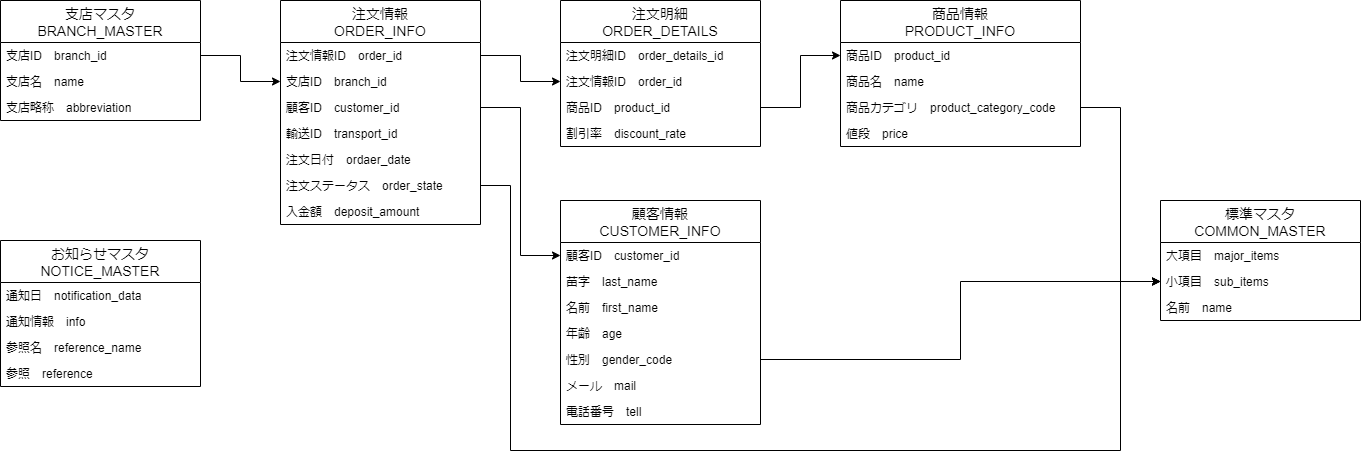
Before: SalesDataDisplay/Document/SalesDataDisplay.png, a diagram exported from draw.io (HasegawaTakatune/PHPSandbox). Source tidied: cells renumbered, new cells last; positions are measured from the earlier drawing's top-left corner, leaving out a move shared by most shapes.
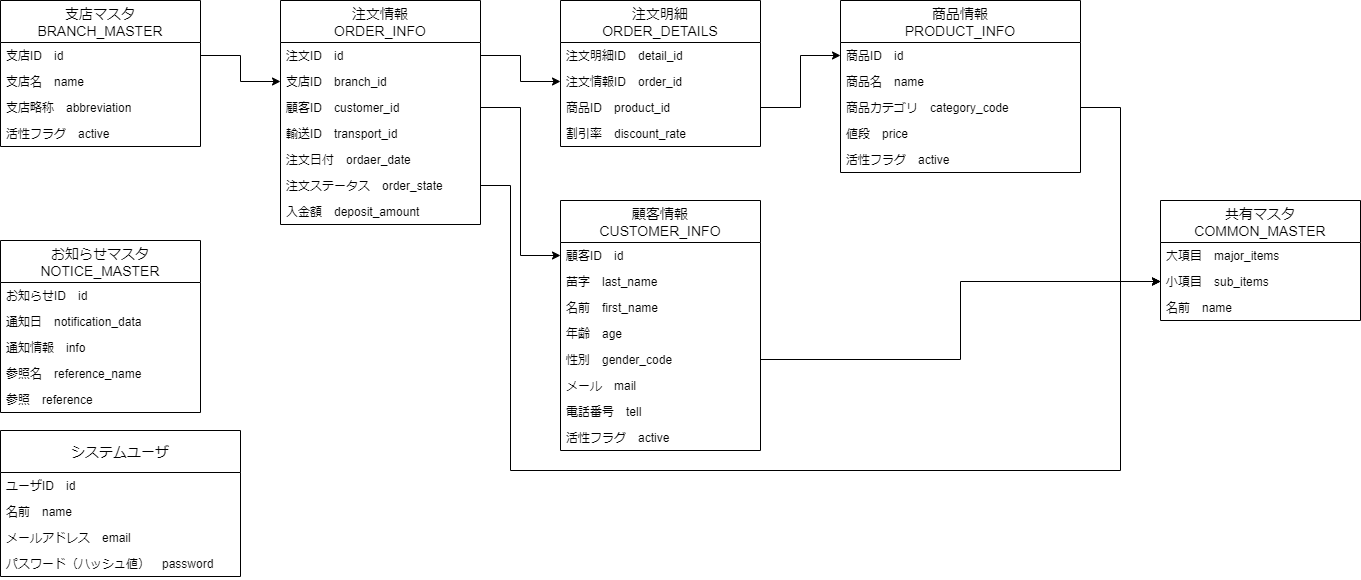
Later version of the same file.

Change to the diagram source:
```diff
@@ -3,23 +3,26 @@
     <mxCell id="0" />
     <mxCell id="1" parent="0" />
     <mxCell id="2" value="支店マスタ&#10;BRANCH_MASTER" style="swimlane;fontStyle=0;horizontal=1;startSize=42;align=center;fontSize=14;" parent="1" vertex="1">
-      <mxGeometry width="200" height="120" as="geometry" />
+      <mxGeometry width="200" height="146" as="geometry" />
     </mxCell>
-    <mxCell id="3" value="支店ID　branch_id" style="text;strokeColor=none;fillColor=none;spacingLeft=4;spacingRight=4;overflow=hidden;points=[[0,0.5],[1,0.5]];portConstraint=eastwest;fontSize=12;" parent="2" vertex="1">
-      <mxGeometry y="42" width="200" height="26" as="geometry" />
-    </mxCell>
+    <mxCell id="48" value="支店ID　id" style="text;strokeColor=none;fillColor=none;spacingLeft=4;spacingRight=4;overflow=hidden;points=[[0,0.5],[1,0.5]];portConstraint=eastwest;fontSize=12;" parent="2" vertex="1">
+      <mxGeometry y="42" width="200" height="26" as="geometry" />
+    </mxCell>
     <mxCell id="4" value="支店名　name" style="text;strokeColor=none;fillColor=none;spacingLeft=4;spacingRight=4;overflow=hidden;fontSize=12;" parent="2" vertex="1">
       <mxGeometry y="68" width="200" height="26" as="geometry" />
     </mxCell>
     <mxCell id="5" value="支店略称　abbreviation" style="text;strokeColor=none;fillColor=none;spacingLeft=4;spacingRight=4;overflow=hidden;fontSize=12;" parent="2" vertex="1">
       <mxGeometry y="94" width="200" height="26" as="geometry" />
     </mxCell>
+    <mxCell id="49" value="活性フラグ　active" style="text;strokeColor=none;fillColor=none;spacingLeft=4;spacingRight=4;overflow=hidden;fontSize=12;" parent="2" vertex="1">
+      <mxGeometry y="120" width="200" height="26" as="geometry" />
+    </mxCell>
     <mxCell id="6" value="注文明細&#10;ORDER_DETAILS" style="swimlane;fontStyle=0;horizontal=1;startSize=42;align=center;fontSize=14;" parent="1" vertex="1">
       <mxGeometry x="560" width="200" height="146" as="geometry" />
     </mxCell>
-    <mxCell id="7" value="注文明細ID　order_details_id" style="text;strokeColor=none;fillColor=none;spacingLeft=4;spacingRight=4;overflow=hidden;fontSize=12;" parent="6" vertex="1">
-      <mxGeometry y="42" width="200" height="26" as="geometry" />
-    </mxCell>
+    <mxCell id="50" value="注文明細ID　detail_id" style="text;strokeColor=none;fillColor=none;spacingLeft=4;spacingRight=4;overflow=hidden;fontSize=12;" parent="6" vertex="1">
+      <mxGeometry y="42" width="200" height="26" as="geometry" />
+    </mxCell>
     <mxCell id="8" value="注文情報ID　order_id" style="text;strokeColor=none;fillColor=none;spacingLeft=4;spacingRight=4;overflow=hidden;points=[[0,0.5],[1,0.5]];portConstraint=eastwest;fontSize=12;" parent="6" vertex="1">
       <mxGeometry y="68" width="200" height="26" as="geometry" />
     </mxCell>
@@ -32,9 +35,9 @@
     <mxCell id="11" value="注文情報&#10;ORDER_INFO" style="swimlane;fontStyle=0;horizontal=1;startSize=42;align=center;fontSize=14;" parent="1" vertex="1">
       <mxGeometry x="280" width="200" height="224" as="geometry" />
     </mxCell>
-    <mxCell id="12" value="注文情報ID　order_id" style="text;strokeColor=none;fillColor=none;spacingLeft=4;spacingRight=4;overflow=hidden;points=[[0,0.5],[1,0.5]];portConstraint=eastwest;fontSize=12;" parent="11" vertex="1">
-      <mxGeometry y="42" width="200" height="26" as="geometry" />
-    </mxCell>
+    <mxCell id="51" value="注文ID　id" style="text;strokeColor=none;fillColor=none;spacingLeft=4;spacingRight=4;overflow=hidden;points=[[0,0.5],[1,0.5]];portConstraint=eastwest;fontSize=12;" parent="11" vertex="1">
+      <mxGeometry y="42" width="200" height="26" as="geometry" />
+    </mxCell>
     <mxCell id="13" value="支店ID　branch_id" style="text;strokeColor=none;fillColor=none;spacingLeft=4;spacingRight=4;overflow=hidden;points=[[0,0.5],[1,0.5]];portConstraint=eastwest;fontSize=12;" parent="11" vertex="1">
       <mxGeometry y="68" width="200" height="26" as="geometry" />
     </mxCell>
@@ -53,21 +56,21 @@
     <mxCell id="18" value="入金額　deposit_amount" style="text;strokeColor=none;fillColor=none;spacingLeft=4;spacingRight=4;overflow=hidden;fontSize=12;" parent="11" vertex="1">
       <mxGeometry y="198" width="200" height="26" as="geometry" />
     </mxCell>
-    <mxCell id="19" style="edgeStyle=orthogonalEdgeStyle;rounded=0;jettySize=auto;html=1;exitX=1;exitY=0.5;exitDx=0;exitDy=0;" parent="1" edge="1" source="3" target="13">
-      <mxGeometry relative="1" as="geometry" />
-    </mxCell>
-    <mxCell id="20" style="edgeStyle=orthogonalEdgeStyle;rounded=0;jettySize=auto;html=1;exitX=1;exitY=0.5;exitDx=0;exitDy=0;" parent="1" edge="1" source="12" target="8">
-      <mxGeometry relative="1" as="geometry" />
-    </mxCell>
-    <mxCell id="21" style="edgeStyle=orthogonalEdgeStyle;rounded=0;jettySize=auto;html=1;exitX=1;exitY=0.5;exitDx=0;exitDy=0;entryX=0;entryY=0.5;entryDx=0;entryDy=0;" parent="1" edge="1" source="9" target="31">
-      <mxGeometry relative="1" as="geometry" />
-    </mxCell>
+    <mxCell id="52" style="edgeStyle=orthogonalEdgeStyle;rounded=0;jettySize=auto;html=1;exitX=1;exitY=0.5;exitDx=0;exitDy=0;" parent="1" edge="1" source="48" target="13">
+      <mxGeometry relative="1" as="geometry" />
+    </mxCell>
+    <mxCell id="53" style="edgeStyle=orthogonalEdgeStyle;rounded=0;jettySize=auto;html=1;exitX=1;exitY=0.5;exitDx=0;exitDy=0;" parent="1" edge="1" source="51" target="8">
+      <mxGeometry relative="1" as="geometry" />
+    </mxCell>
+    <mxCell id="54" style="edgeStyle=orthogonalEdgeStyle;rounded=0;jettySize=auto;html=1;exitX=1;exitY=0.5;exitDx=0;exitDy=0;entryX=0;entryY=0.5;entryDx=0;entryDy=0;" parent="1" edge="1" source="9" target="57">
+      <mxGeometry relative="1" as="geometry" />
+    </mxCell>
     <mxCell id="22" value="顧客情報&#10;CUSTOMER_INFO" style="swimlane;fontStyle=0;horizontal=1;startSize=42;align=center;fontSize=14;" parent="1" vertex="1">
-      <mxGeometry x="560" y="200" width="200" height="224" as="geometry" />
+      <mxGeometry x="560" y="200" width="200" height="250" as="geometry" />
     </mxCell>
-    <mxCell id="23" value="顧客ID　customer_id" style="text;strokeColor=none;fillColor=none;spacingLeft=4;spacingRight=4;overflow=hidden;points=[[0,0.5],[1,0.5]];portConstraint=eastwest;fontSize=12;" parent="22" vertex="1">
-      <mxGeometry y="42" width="200" height="26" as="geometry" />
-    </mxCell>
+    <mxCell id="55" value="顧客ID　id" style="text;strokeColor=none;fillColor=none;spacingLeft=4;spacingRight=4;overflow=hidden;points=[[0,0.5],[1,0.5]];portConstraint=eastwest;fontSize=12;" parent="22" vertex="1">
+      <mxGeometry y="42" width="200" height="26" as="geometry" />
+    </mxCell>
     <mxCell id="24" value="苗字　last_name&#10;" style="text;strokeColor=none;fillColor=none;spacingLeft=4;spacingRight=4;overflow=hidden;fontSize=12;" parent="22" vertex="1">
       <mxGeometry y="68" width="200" height="26" as="geometry" />
     </mxCell>
@@ -86,66 +89,90 @@
     <mxCell id="29" value="電話番号　tell" style="text;strokeColor=none;fillColor=none;spacingLeft=4;spacingRight=4;overflow=hidden;fontSize=12;" parent="22" vertex="1">
       <mxGeometry y="198" width="200" height="26" as="geometry" />
     </mxCell>
+    <mxCell id="56" value="活性フラグ　active" style="text;strokeColor=none;fillColor=none;spacingLeft=4;spacingRight=4;overflow=hidden;fontSize=12;" parent="22" vertex="1">
+      <mxGeometry y="224" width="200" height="26" as="geometry" />
+    </mxCell>
     <mxCell id="30" value="商品情報&#10;PRODUCT_INFO" style="swimlane;fontStyle=0;horizontal=1;startSize=42;align=center;fontSize=14;" parent="1" vertex="1">
-      <mxGeometry x="840" width="240" height="146" as="geometry" />
+      <mxGeometry x="840" width="240" height="172" as="geometry" />
     </mxCell>
-    <mxCell id="31" value="商品ID　product_id" style="text;strokeColor=none;fillColor=none;spacingLeft=4;spacingRight=4;overflow=hidden;points=[[0,0.5],[1,0.5]];portConstraint=eastwest;fontSize=12;" parent="30" vertex="1">
-      <mxGeometry y="42" width="240" height="26" as="geometry" />
-    </mxCell>
+    <mxCell id="57" value="商品ID　id" style="text;strokeColor=none;fillColor=none;spacingLeft=4;spacingRight=4;overflow=hidden;points=[[0,0.5],[1,0.5]];portConstraint=eastwest;fontSize=12;" parent="30" vertex="1">
+      <mxGeometry y="42" width="240" height="26" as="geometry" />
+    </mxCell>
     <mxCell id="32" value="商品名　name" style="text;strokeColor=none;fillColor=none;spacingLeft=4;spacingRight=4;overflow=hidden;fontSize=12;" parent="30" vertex="1">
       <mxGeometry y="68" width="240" height="26" as="geometry" />
     </mxCell>
-    <mxCell id="33" value="商品カテゴリ　product_category_code" style="text;strokeColor=none;fillColor=none;spacingLeft=4;spacingRight=4;overflow=hidden;points=[[0,0.5],[1,0.5]];portConstraint=eastwest;fontSize=12;" parent="30" vertex="1">
-      <mxGeometry y="94" width="240" height="26" as="geometry" />
-    </mxCell>
+    <mxCell id="58" value="商品カテゴリ　category_code" style="text;strokeColor=none;fillColor=none;spacingLeft=4;spacingRight=4;overflow=hidden;points=[[0,0.5],[1,0.5]];portConstraint=eastwest;fontSize=12;" parent="30" vertex="1">
+      <mxGeometry y="94" width="240" height="26" as="geometry" />
+    </mxCell>
     <mxCell id="34" value="値段　price" style="text;strokeColor=none;fillColor=none;spacingLeft=4;spacingRight=4;overflow=hidden;fontSize=12;" parent="30" vertex="1">
       <mxGeometry y="120" width="240" height="26" as="geometry" />
     </mxCell>
-    <mxCell id="35" style="edgeStyle=orthogonalEdgeStyle;rounded=0;jettySize=auto;html=1;exitX=1;exitY=0.5;exitDx=0;exitDy=0;entryX=0;entryY=0.5;entryDx=0;entryDy=0;" parent="1" edge="1" source="14" target="23">
-      <mxGeometry relative="1" as="geometry" />
-    </mxCell>
-    <mxCell id="36" value="標準マスタ&#10;COMMON_MASTER" style="swimlane;fontStyle=0;horizontal=1;startSize=42;align=center;fontSize=14;" parent="1" vertex="1">
-      <mxGeometry x="1160" y="200" width="200" height="120" as="geometry" />
-    </mxCell>
+    <mxCell id="59" value="活性フラグ　active" style="text;strokeColor=none;fillColor=none;spacingLeft=4;spacingRight=4;overflow=hidden;fontSize=12;" parent="30" vertex="1">
+      <mxGeometry y="146" width="240" height="26" as="geometry" />
+    </mxCell>
+    <mxCell id="60" style="edgeStyle=orthogonalEdgeStyle;rounded=0;jettySize=auto;html=1;exitX=1;exitY=0.5;exitDx=0;exitDy=0;entryX=0;entryY=0.5;entryDx=0;entryDy=0;" parent="1" edge="1" source="14" target="55">
+      <mxGeometry relative="1" as="geometry" />
+    </mxCell>
+    <mxCell id="61" value="共有マスタ&#10;COMMON_MASTER" style="swimlane;fontStyle=0;horizontal=1;startSize=42;align=center;fontSize=14;" parent="1" vertex="1">
+      <mxGeometry x="1160" y="200" width="200" height="120" as="geometry" />
+    </mxCell>
-    <mxCell id="37" value="大項目　major_items" style="text;strokeColor=none;fillColor=none;spacingLeft=4;spacingRight=4;overflow=hidden;fontSize=12;" parent="36" vertex="1">
+    <mxCell id="37" value="大項目　major_items" style="text;strokeColor=none;fillColor=none;spacingLeft=4;spacingRight=4;overflow=hidden;fontSize=12;" parent="61" vertex="1">
       <mxGeometry y="42" width="200" height="26" as="geometry" />
     </mxCell>
-    <mxCell id="38" value="小項目　sub_items" style="text;strokeColor=none;fillColor=none;spacingLeft=4;spacingRight=4;overflow=hidden;points=[[0,0.5],[1,0.5]];portConstraint=eastwest;fontSize=12;" parent="36" vertex="1">
+    <mxCell id="38" value="小項目　sub_items" style="text;strokeColor=none;fillColor=none;spacingLeft=4;spacingRight=4;overflow=hidden;points=[[0,0.5],[1,0.5]];portConstraint=eastwest;fontSize=12;" parent="61" vertex="1">
       <mxGeometry y="68" width="200" height="26" as="geometry" />
     </mxCell>
-    <mxCell id="39" value="名前　name" style="text;strokeColor=none;fillColor=none;spacingLeft=4;spacingRight=4;overflow=hidden;fontSize=12;" parent="36" vertex="1">
+    <mxCell id="39" value="名前　name" style="text;strokeColor=none;fillColor=none;spacingLeft=4;spacingRight=4;overflow=hidden;fontSize=12;" parent="61" vertex="1">
       <mxGeometry y="94" width="200" height="26" as="geometry" />
     </mxCell>
     <mxCell id="40" style="edgeStyle=orthogonalEdgeStyle;rounded=0;jettySize=auto;html=1;exitX=1;exitY=0.5;exitDx=0;exitDy=0;entryX=0;entryY=0.5;entryDx=0;entryDy=0;" parent="1" edge="1" source="17" target="38">
       <mxGeometry relative="1" as="geometry">
         <Array as="points">
           <mxPoint x="510" y="185" />
-          <mxPoint x="510" y="450" />
-          <mxPoint x="1120" y="450" />
+          <mxPoint x="510" y="470" />
+          <mxPoint x="1120" y="470" />
           <mxPoint x="1120" y="281" />
         </Array>
       </mxGeometry>
     </mxCell>
-    <mxCell id="41" style="edgeStyle=orthogonalEdgeStyle;rounded=0;jettySize=auto;html=1;exitX=1;exitY=0.5;exitDx=0;exitDy=0;entryX=0;entryY=0.5;entryDx=0;entryDy=0;" parent="1" edge="1" source="33" target="38">
-      <mxGeometry relative="1" as="geometry" />
-    </mxCell>
+    <mxCell id="62" style="edgeStyle=orthogonalEdgeStyle;rounded=0;jettySize=auto;html=1;exitX=1;exitY=0.5;exitDx=0;exitDy=0;entryX=0;entryY=0.5;entryDx=0;entryDy=0;" parent="1" edge="1" source="58" target="38">
+      <mxGeometry relative="1" as="geometry" />
+    </mxCell>
     <mxCell id="42" style="edgeStyle=orthogonalEdgeStyle;rounded=0;jettySize=auto;html=1;exitX=1;exitY=0.5;exitDx=0;exitDy=0;entryX=0;entryY=0.5;entryDx=0;entryDy=0;" parent="1" edge="1" source="27" target="38">
       <mxGeometry relative="1" as="geometry" />
     </mxCell>
     <mxCell id="43" value="お知らせマスタ&#10;NOTICE_MASTER" style="swimlane;fontStyle=0;horizontal=1;startSize=42;align=center;fontSize=14;" parent="1" vertex="1">
-      <mxGeometry y="240" width="200" height="146" as="geometry" />
+      <mxGeometry y="240" width="200" height="172" as="geometry" />
     </mxCell>
+    <mxCell id="63" value="お知らせID　id" style="text;strokeColor=none;fillColor=none;spacingLeft=4;spacingRight=4;overflow=hidden;fontSize=12;" parent="43" vertex="1">
+      <mxGeometry y="42" width="200" height="26" as="geometry" />
+    </mxCell>
     <mxCell id="44" value="通知日　notification_data" style="text;strokeColor=none;fillColor=none;spacingLeft=4;spacingRight=4;overflow=hidden;fontSize=12;" parent="43" vertex="1">
-      <mxGeometry y="42" width="200" height="26" as="geometry" />
+      <mxGeometry y="68" width="200" height="26" as="geometry" />
     </mxCell>
     <mxCell id="45" value="通知情報　info" style="text;strokeColor=none;fillColor=none;spacingLeft=4;spacingRight=4;overflow=hidden;fontSize=12;" parent="43" vertex="1">
-      <mxGeometry y="68" width="200" height="26" as="geometry" />
+      <mxGeometry y="94" width="200" height="26" as="geometry" />
     </mxCell>
     <mxCell id="46" value="参照名　reference_name" style="text;strokeColor=none;fillColor=none;spacingLeft=4;spacingRight=4;overflow=hidden;fontSize=12;" parent="43" vertex="1">
-      <mxGeometry y="94" width="200" height="26" as="geometry" />
+      <mxGeometry y="120" width="200" height="26" as="geometry" />
     </mxCell>
     <mxCell id="47" value="参照　reference" style="text;strokeColor=none;fillColor=none;spacingLeft=4;spacingRight=4;overflow=hidden;fontSize=12;" parent="43" vertex="1">
-      <mxGeometry y="120" width="200" height="26" as="geometry" />
+      <mxGeometry y="146" width="200" height="26" as="geometry" />
     </mxCell>
+    <mxCell id="64" value="システムユーザ" style="swimlane;fontStyle=0;horizontal=1;startSize=42;align=center;fontSize=14;" parent="1" vertex="1">
+      <mxGeometry y="430" width="240" height="146" as="geometry" />
+    </mxCell>
+    <mxCell id="65" value="ユーザID　id" style="text;strokeColor=none;fillColor=none;spacingLeft=4;spacingRight=4;overflow=hidden;fontSize=12;" parent="64" vertex="1">
+      <mxGeometry y="42" width="240" height="26" as="geometry" />
+    </mxCell>
+    <mxCell id="66" value="名前　name" style="text;strokeColor=none;fillColor=none;spacingLeft=4;spacingRight=4;overflow=hidden;fontSize=12;" parent="64" vertex="1">
+      <mxGeometry y="68" width="240" height="26" as="geometry" />
+    </mxCell>
+    <mxCell id="67" value="メールアドレス　email" style="text;strokeColor=none;fillColor=none;spacingLeft=4;spacingRight=4;overflow=hidden;fontSize=12;" parent="64" vertex="1">
+      <mxGeometry y="94" width="240" height="26" as="geometry" />
+    </mxCell>
+    <mxCell id="68" value="パスワード（ハッシュ値）　password" style="text;strokeColor=none;fillColor=none;spacingLeft=4;spacingRight=4;overflow=hidden;fontSize=12;" parent="64" vertex="1">
+      <mxGeometry y="120" width="240" height="26" as="geometry" />
+    </mxCell>
   </root>
 </mxGraphModel>
```
